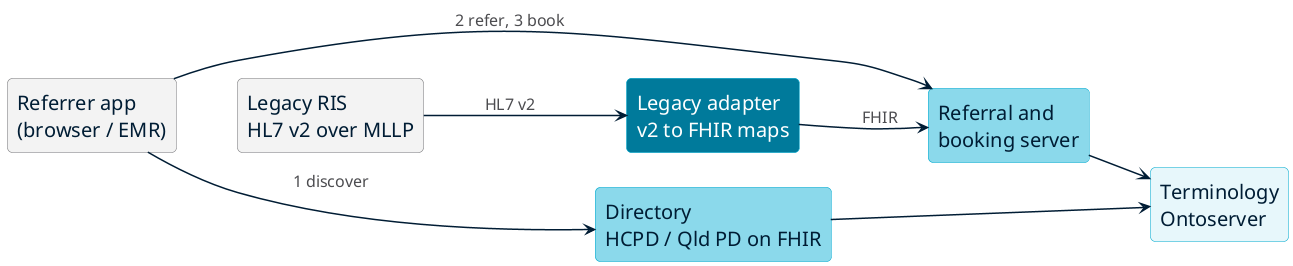
This is 2026-10-29/2-FHIR-For-Services/slides/diagrams/services-architecture.png from aehrc/qh-connectathon, a PlantUML export, as it was before one commit.
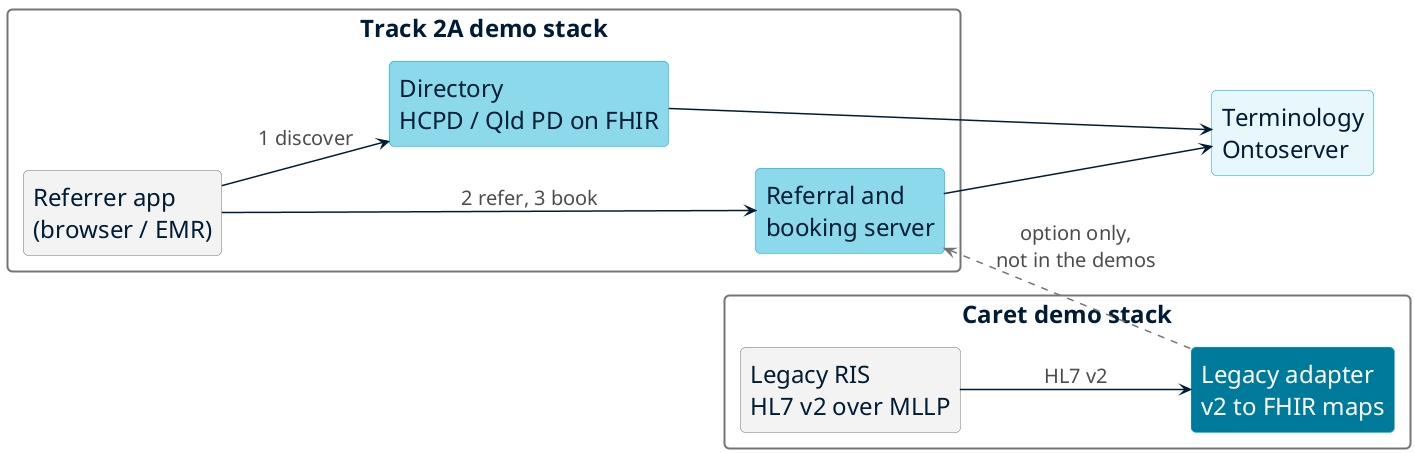
The same diagram one commit later.

What changed in the source:
```diff
@@ -1,24 +1,30 @@
 @startuml services-architecture
 !include palette.iuml
+skinparam defaultFontSize 24
+skinparam ArrowFontSize 20
 skinparam componentStyle rectangle
+skinparam ranksep 70
+skinparam nodesep 40
 left to right direction
 
-rectangle "Referrer app\n(browser / EMR)" as REF #F2F2F2;line:757579
-rectangle "Legacy RIS\nHL7 v2 over MLLP" as RIS #F2F2F2;line:757579
-rectangle "Directory\nHCPD / Qld PD on FHIR" as DIR #$L2
-rectangle "Referral and\nbooking server" as SRV #$L2
-rectangle "<color:white>Legacy adapter</color>\n<color:white>v2 to FHIR maps</color>" as ADP #$L3
+rectangle "Track 2A demo stack" as T2A #FFFFFF;line:757579;line.bold {
+  rectangle "Referrer app\n(browser / EMR)" as REF #F2F2F2;line:757579
+  rectangle "Directory\nHCPD / Qld PD on FHIR" as DIR #$L2
+  rectangle "Referral and\nbooking server" as SRV #$L2
+}
+rectangle "Caret demo stack" as CAR #FFFFFF;line:757579;line.bold {
+  rectangle "Legacy RIS\nHL7 v2 over MLLP" as RIS #F2F2F2;line:757579
+  rectangle "<color:white>Legacy adapter</color>\n<color:white>v2 to FHIR maps</color>" as ADP #$L3
+}
 rectangle "Terminology\nOntoserver" as TX #$L1
 
 REF --> DIR : 1 discover
 REF --> SRV : 2 refer, 3 book
 RIS --> ADP : HL7 v2
-ADP --> SRV : FHIR
 DIR --> TX
 SRV --> TX
+ADP .up.> SRV #757579 : option only,\nnot in the demos
 
 REF -[hidden]down-> RIS
 DIR -[hidden]down-> SRV
-SRV -[hidden]down-> ADP
-
 @enduml
```
